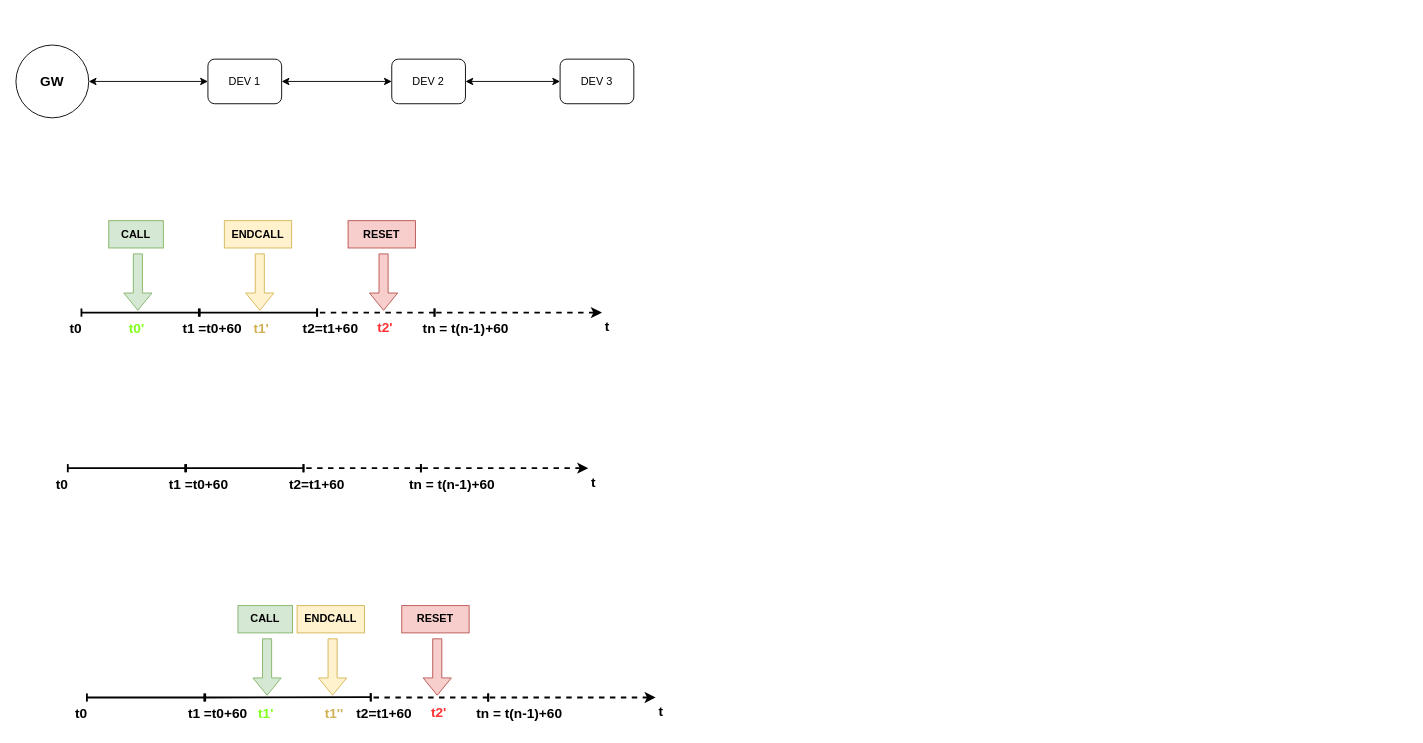
Before: doc/FrlNetwork.drawio in ThaiQV/FrL_BLEnetwork_owner, a draw.io diagram. Source tidied: cells renumbered, new cells numbered last; positions are measured from the earlier drawing's top-left corner, leaving out a move shared by most shapes. Both pictures are drawn from the tidied source at 91%, with x=0, y=0 at pixel (15, 45).
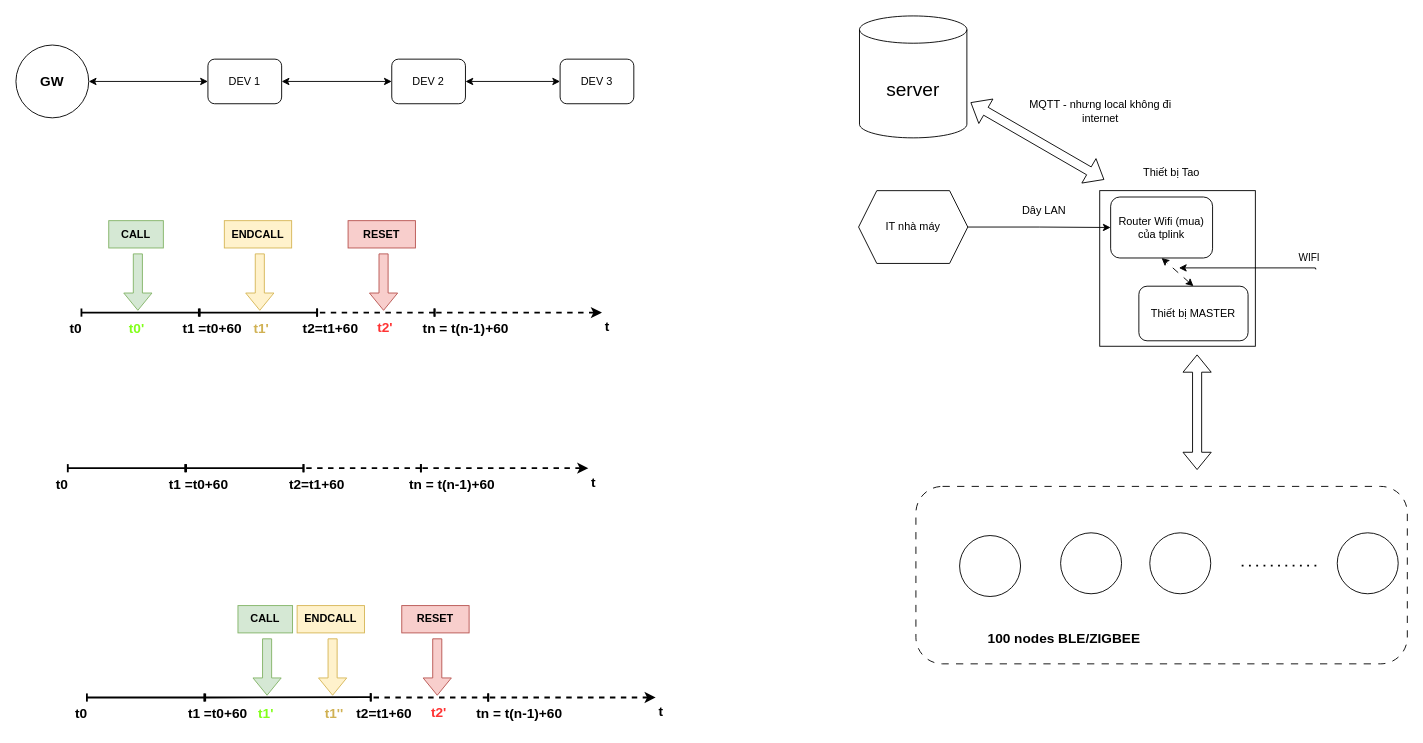
The same diagram, later.

The edit, as a diff of the source:
```diff
@@
+    <mxCell id="57" style="whiteSpace=wrap;html=1;" parent="1" vertex="1">
+      <mxGeometry x="1191" y="160" width="171" height="171" as="geometry" />
+    </mxCell>
+    <mxCell id="58" value="&lt;font style=&quot;font-size: 21px;&quot;&gt;server&lt;/font&gt;" style="shape=cylinder3;whiteSpace=wrap;html=1;boundedLbl=1;backgroundOutline=1;size=15;" parent="1" vertex="1">
+      <mxGeometry x="927" y="-32" width="118" height="134" as="geometry" />
+    </mxCell>
+    <mxCell id="59" value="Thiết bị Tao" style="text;html=1;whiteSpace=wrap;strokeColor=none;fillColor=none;align=center;verticalAlign=middle;rounded=0;" parent="1" vertex="1">
+      <mxGeometry x="1191" y="125" width="158" height="30" as="geometry" />
+    </mxCell>
+    <mxCell id="60" value="Router Wifi (mua) của tplink" style="rounded=1;whiteSpace=wrap;html=1;" parent="1" vertex="1">
+      <mxGeometry x="1203" y="167" width="112" height="67" as="geometry" />
+    </mxCell>
+    <mxCell id="61" value="Thiết bị MASTER" style="rounded=1;whiteSpace=wrap;html=1;" parent="1" vertex="1">
+      <mxGeometry x="1234" y="265" width="120" height="60" as="geometry" />
+    </mxCell>
+    <mxCell id="62" style="endArrow=classic;startArrow=classic;html=1;rounded=0;exitX=0.5;exitY=0;exitDx=0;exitDy=0;entryX=0.5;entryY=1;entryDx=0;entryDy=0;dashed=1;dashPattern=8 8;" parent="1" edge="1" source="61" target="60">
+      <mxGeometry relative="1" as="geometry" />
+    </mxCell>
+    <mxCell id="63" style="edgeStyle=orthogonalEdgeStyle;rounded=0;jettySize=auto;html=1;entryX=0;entryY=0.5;entryDx=0;entryDy=0;" parent="1" edge="1" source="64" target="60">
+      <mxGeometry relative="1" as="geometry" />
+    </mxCell>
+    <mxCell id="64" value="IT nhà máy" style="shape=hexagon;perimeter=hexagonPerimeter2;whiteSpace=wrap;html=1;fixedSize=1;" parent="1" vertex="1">
+      <mxGeometry x="926" y="160" width="120" height="80" as="geometry" />
+    </mxCell>
+    <mxCell id="65" value="Dây LAN" style="text;html=1;whiteSpace=wrap;strokeColor=none;fillColor=none;align=center;verticalAlign=middle;rounded=0;" parent="1" vertex="1">
+      <mxGeometry x="1100" y="167" width="60" height="30" as="geometry" />
+    </mxCell>
+    <mxCell id="66" style="edgeStyle=orthogonalEdgeStyle;rounded=0;orthogonalLoop=1;jettySize=auto;html=1;" parent="1" edge="1">
+      <mxGeometry relative="1" as="geometry">
+        <mxPoint x="1429" y="246.1" as="sourcePoint" />
+        <mxPoint x="1278" y="244.9" as="targetPoint" />
+        <Array as="points">
+          <mxPoint x="1428" y="246.1" />
+          <mxPoint x="1428" y="245.1" />
+        </Array>
+      </mxGeometry>
+    </mxCell>
+    <mxCell id="67" value="WIFI" style="edgeLabel;html=1;align=center;verticalAlign=middle;" parent="66" vertex="1">
+      <mxGeometry x="-0.15" y="-1" relative="1" as="geometry">
+        <mxPoint x="55" y="-10" as="offset" />
+      </mxGeometry>
+    </mxCell>
+    <mxCell id="68" style="rounded=1;whiteSpace=wrap;html=1;dashed=1;dashPattern=8 8;" parent="1" vertex="1">
+      <mxGeometry x="989" y="485" width="540" height="195" as="geometry" />
+    </mxCell>
+    <mxCell id="69" style="ellipse;whiteSpace=wrap;html=1;" parent="1" vertex="1">
+      <mxGeometry x="1037" y="539" width="67" height="67" as="geometry" />
+    </mxCell>
+    <mxCell id="70" style="ellipse;whiteSpace=wrap;html=1;" parent="1" vertex="1">
+      <mxGeometry x="1148" y="536" width="67" height="67" as="geometry" />
+    </mxCell>
+    <mxCell id="71" style="ellipse;whiteSpace=wrap;html=1;" parent="1" vertex="1">
+      <mxGeometry x="1246" y="536" width="67" height="67" as="geometry" />
+    </mxCell>
+    <mxCell id="72" style="ellipse;whiteSpace=wrap;html=1;" parent="1" vertex="1">
+      <mxGeometry x="1452" y="536" width="67" height="67" as="geometry" />
+    </mxCell>
+    <mxCell id="73" style="endArrow=none;dashed=1;html=1;dashPattern=1 3;strokeWidth=2;rounded=0;" parent="1" edge="1">
+      <mxGeometry relative="1" as="geometry">
+        <mxPoint x="1347" y="572" as="sourcePoint" />
+        <mxPoint x="1435" y="572" as="targetPoint" />
+      </mxGeometry>
+    </mxCell>
+    <mxCell id="74" value="&lt;b&gt;&lt;font style=&quot;font-size: 15px;&quot;&gt;100 nodes BLE/ZIGBEE&lt;/font&gt;&lt;/b&gt;" style="text;html=1;whiteSpace=wrap;strokeColor=none;fillColor=none;align=center;verticalAlign=middle;rounded=0;strokeWidth=5;" parent="1" vertex="1">
+      <mxGeometry x="1016" y="637" width="272" height="30" as="geometry" />
+    </mxCell>
+    <mxCell id="75" style="shape=flexArrow;endArrow=classic;startArrow=classic;html=1;rounded=0;" parent="1" edge="1">
+      <mxGeometry relative="1" as="geometry">
+        <mxPoint x="1298" y="467" as="sourcePoint" />
+        <mxPoint x="1298" y="340" as="targetPoint" />
+      </mxGeometry>
+    </mxCell>
+    <mxCell id="76" style="shape=flexArrow;endArrow=classic;startArrow=classic;html=1;rounded=0;" parent="1" edge="1">
+      <mxGeometry relative="1" as="geometry">
+        <mxPoint x="1196" y="148" as="sourcePoint" />
+        <mxPoint x="1049" y="63" as="targetPoint" />
+      </mxGeometry>
+    </mxCell>
+    <mxCell id="77" value="MQTT - nhưng local không đi internet" style="text;html=1;whiteSpace=wrap;strokeColor=none;fillColor=none;align=center;verticalAlign=middle;rounded=0;" parent="1" vertex="1">
+      <mxGeometry x="1096" y="58" width="192" height="30" as="geometry" />
+    </mxCell>
```
